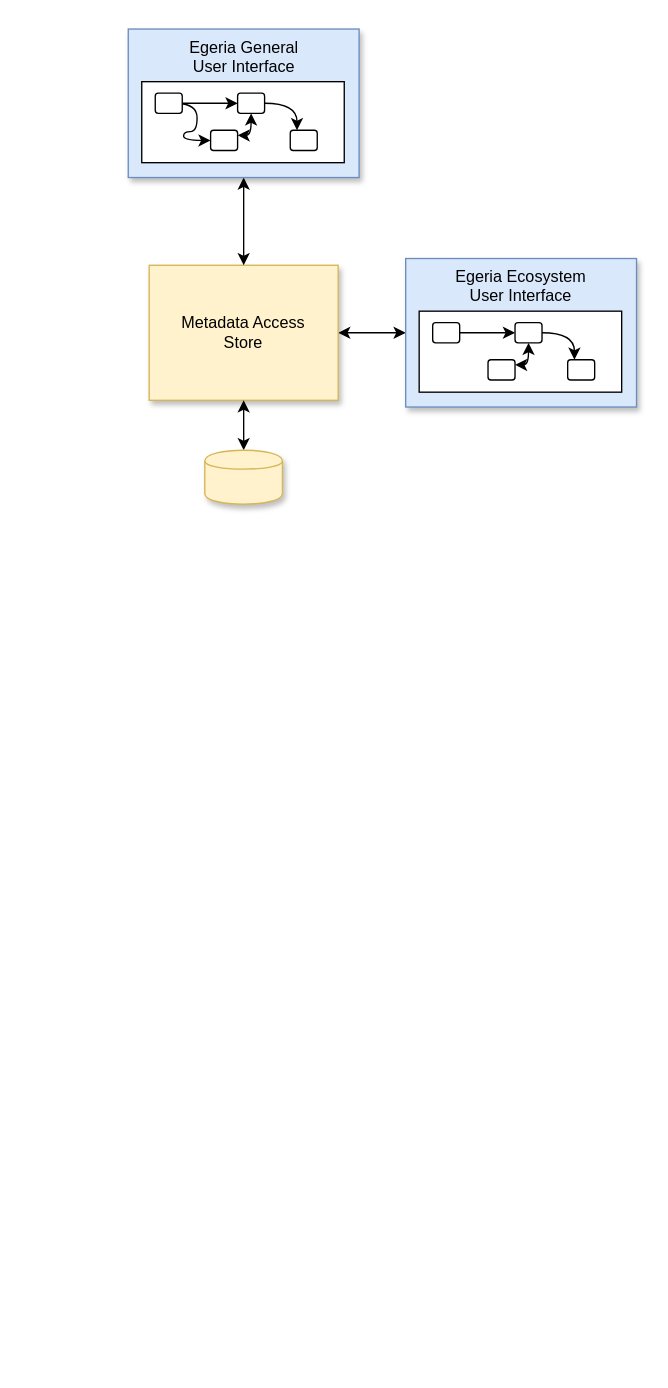
Before: page "metadata-manager-overview" (1 of 8) of site/docs/patterns/metadata-manager/cataloging-assets.drawio in odpi/egeria-docs, a draw.io diagram. Source tidied: cells renumbered, new cells numbered last; positions are measured from the earlier drawing's top-left corner, leaving out a move shared by most shapes. Both pictures are drawn from the tidied source at 135%, with x=0, y=0 at pixel (128, 28).
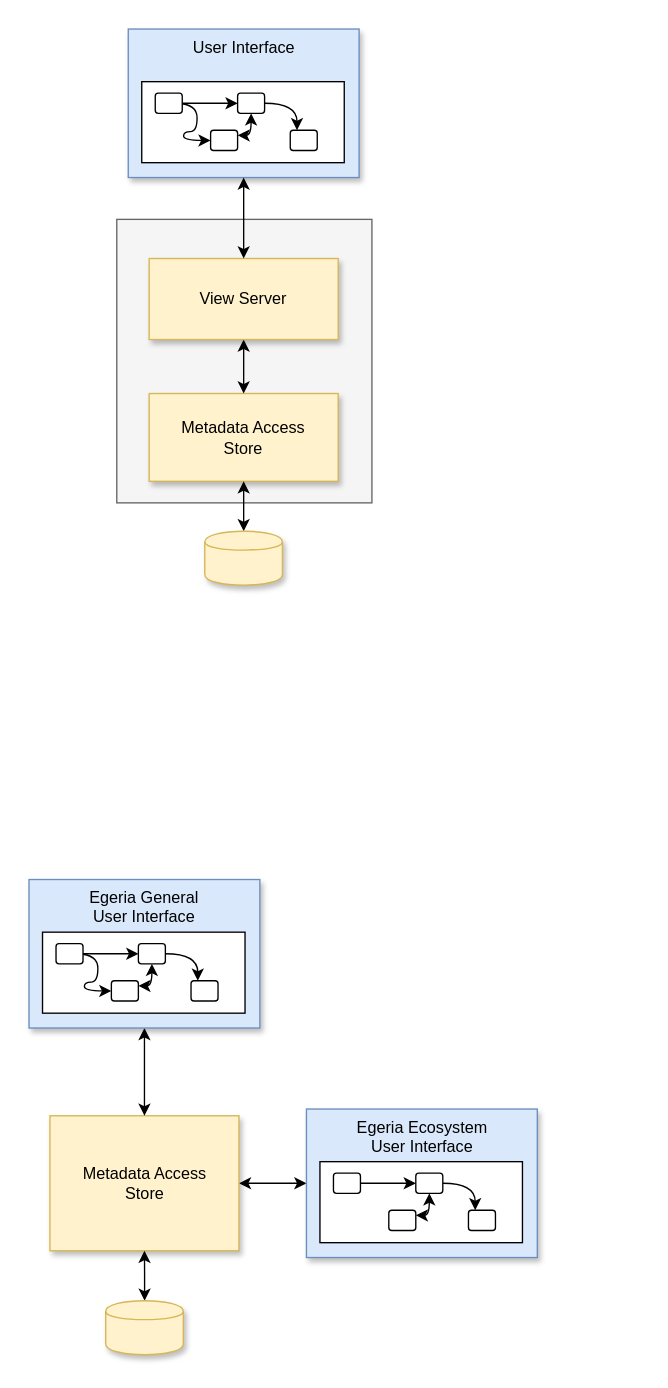
Above is the later version.

Diff of the diagram source:
```diff
@@
-    <mxCell id="2" style="edgeStyle=orthogonalEdgeStyle;curved=1;rounded=0;jettySize=auto;html=1;startArrow=classic;startFill=1;entryX=1;entryY=0.5;entryDx=0;entryDy=0;" parent="1" edge="1" source="3" target="12">
-      <mxGeometry relative="1" as="geometry" />
-    </mxCell>
-    <mxCell id="3" value="Egeria Ecosystem&lt;br&gt;User Interface" style="rounded=0;whiteSpace=wrap;html=1;shadow=1;verticalAlign=top;fillColor=#dae8fc;strokeColor=#6c8ebf;" parent="1" vertex="1">
-      <mxGeometry x="205" y="170" width="171" height="110" as="geometry" />
-    </mxCell>
-    <mxCell id="4" style="rounded=0;whiteSpace=wrap;html=1;shadow=0;" parent="1" vertex="1">
-      <mxGeometry x="215" y="209" width="150" height="60" as="geometry" />
-    </mxCell>
-    <mxCell id="5" style="rounded=1;whiteSpace=wrap;html=1;shadow=0;" parent="1" vertex="1">
-      <mxGeometry x="325" y="245" width="20" height="15" as="geometry" />
-    </mxCell>
-    <mxCell id="6" style="edgeStyle=orthogonalEdgeStyle;curved=1;rounded=0;jettySize=auto;html=1;entryX=0.25;entryY=0;entryDx=0;entryDy=0;startArrow=none;startFill=0;" parent="1" edge="1" source="7" target="5">
-      <mxGeometry relative="1" as="geometry" />
-    </mxCell>
-    <mxCell id="7" style="rounded=1;whiteSpace=wrap;html=1;shadow=0;" parent="1" vertex="1">
-      <mxGeometry x="286" y="217.5" width="20" height="15" as="geometry" />
-    </mxCell>
-    <mxCell id="8" style="edgeStyle=orthogonalEdgeStyle;curved=1;rounded=0;jettySize=auto;html=1;exitX=1;exitY=0.25;exitDx=0;exitDy=0;entryX=0.5;entryY=1;entryDx=0;entryDy=0;startArrow=classic;startFill=1;" parent="1" edge="1" source="9" target="7">
-      <mxGeometry relative="1" as="geometry" />
-    </mxCell>
-    <mxCell id="9" style="rounded=1;whiteSpace=wrap;html=1;shadow=0;" parent="1" vertex="1">
-      <mxGeometry x="266" y="245" width="20" height="15" as="geometry" />
-    </mxCell>
-    <mxCell id="10" style="edgeStyle=orthogonalEdgeStyle;rounded=0;jettySize=auto;html=1;entryX=0;entryY=0.5;entryDx=0;entryDy=0;startArrow=none;startFill=0;curved=1;" parent="1" edge="1" source="11" target="7">
-      <mxGeometry relative="1" as="geometry" />
-    </mxCell>
-    <mxCell id="11" style="rounded=1;whiteSpace=wrap;html=1;shadow=0;" parent="1" vertex="1">
-      <mxGeometry x="225" y="217.5" width="20" height="15" as="geometry" />
-    </mxCell>
+    <mxCell id="26" style="rounded=0;whiteSpace=wrap;html=1;fillColor=#f5f5f5;fontColor=#333333;strokeColor=#666666;" parent="1" vertex="1">
+      <mxGeometry x="-9" y="141" width="189" height="210" as="geometry" />
+    </mxCell>
     <mxCell id="12" value="Metadata Access&lt;br&gt;Store" style="rounded=0;whiteSpace=wrap;html=1;verticalAlign=middle;fillColor=#fff2cc;strokeColor=#d6b656;shadow=1;align=center;" parent="1" vertex="1">
-      <mxGeometry x="15" y="175" width="140" height="100" as="geometry" />
+      <mxGeometry x="15" y="270" width="140" height="65" as="geometry" />
     </mxCell>
@@
     <mxCell id="14" style="shape=cylinder;whiteSpace=wrap;html=1;boundedLbl=1;backgroundOutline=1;fillColor=#fff2cc;strokeColor=#d6b656;shadow=1;" parent="1" vertex="1">
-      <mxGeometry x="56.2" y="312" width="57.5" height="40" as="geometry" />
+      <mxGeometry x="56.2" y="372" width="57.5" height="40" as="geometry" />
     </mxCell>
-    <mxCell id="15" style="edgeStyle=orthogonalEdgeStyle;rounded=0;jettySize=auto;html=1;exitX=0.5;exitY=1;exitDx=0;exitDy=0;startArrow=classic;startFill=1;" parent="1" edge="1" source="16" target="12">
+    <mxCell id="15" style="edgeStyle=orthogonalEdgeStyle;rounded=0;jettySize=auto;html=1;exitX=0.5;exitY=1;exitDx=0;exitDy=0;startArrow=classic;startFill=1;" parent="1" edge="1" source="50" target="12">
       <mxGeometry relative="1" as="geometry" />
     </mxCell>
-    <mxCell id="16" value="Egeria General&lt;br&gt;User Interface" style="rounded=0;whiteSpace=wrap;html=1;shadow=1;verticalAlign=top;fillColor=#dae8fc;strokeColor=#6c8ebf;" parent="1" vertex="1">
+    <mxCell id="16" value="User Interface" style="rounded=0;whiteSpace=wrap;html=1;shadow=1;verticalAlign=top;fillColor=#dae8fc;strokeColor=#6c8ebf;" parent="1" vertex="1">
       <mxGeometry x="-0.5" width="171" height="110" as="geometry" />
     </mxCell>
@@
+    <mxCell id="27" style="edgeStyle=orthogonalEdgeStyle;curved=1;rounded=0;jettySize=auto;html=1;startArrow=classic;startFill=1;entryX=1;entryY=0.5;entryDx=0;entryDy=0;" parent="1" edge="1" source="3" target="36">
+      <mxGeometry relative="1" as="geometry" />
+    </mxCell>
+    <mxCell id="3" value="Egeria Ecosystem&lt;br&gt;User Interface" style="rounded=0;whiteSpace=wrap;html=1;shadow=1;verticalAlign=top;fillColor=#dae8fc;strokeColor=#6c8ebf;" parent="1" vertex="1">
+      <mxGeometry x="131.5" y="800" width="171" height="110" as="geometry" />
+    </mxCell>
+    <mxCell id="28" style="rounded=0;whiteSpace=wrap;html=1;shadow=0;" parent="1" vertex="1">
+      <mxGeometry x="141.5" y="839" width="150" height="60" as="geometry" />
+    </mxCell>
+    <mxCell id="29" style="rounded=1;whiteSpace=wrap;html=1;shadow=0;" parent="1" vertex="1">
+      <mxGeometry x="251.5" y="875" width="20" height="15" as="geometry" />
+    </mxCell>
+    <mxCell id="30" style="edgeStyle=orthogonalEdgeStyle;curved=1;rounded=0;jettySize=auto;html=1;entryX=0.25;entryY=0;entryDx=0;entryDy=0;startArrow=none;startFill=0;" parent="1" edge="1" source="31" target="29">
+      <mxGeometry relative="1" as="geometry" />
+    </mxCell>
+    <mxCell id="31" style="rounded=1;whiteSpace=wrap;html=1;shadow=0;" parent="1" vertex="1">
+      <mxGeometry x="212.5" y="847.5" width="20" height="15" as="geometry" />
+    </mxCell>
+    <mxCell id="32" style="edgeStyle=orthogonalEdgeStyle;curved=1;rounded=0;jettySize=auto;html=1;exitX=1;exitY=0.25;exitDx=0;exitDy=0;entryX=0.5;entryY=1;entryDx=0;entryDy=0;startArrow=classic;startFill=1;" parent="1" edge="1" source="33" target="31">
+      <mxGeometry relative="1" as="geometry" />
+    </mxCell>
+    <mxCell id="33" style="rounded=1;whiteSpace=wrap;html=1;shadow=0;" parent="1" vertex="1">
+      <mxGeometry x="192.5" y="875" width="20" height="15" as="geometry" />
+    </mxCell>
+    <mxCell id="34" style="edgeStyle=orthogonalEdgeStyle;rounded=0;jettySize=auto;html=1;entryX=0;entryY=0.5;entryDx=0;entryDy=0;startArrow=none;startFill=0;curved=1;" parent="1" edge="1" source="35" target="31">
+      <mxGeometry relative="1" as="geometry" />
+    </mxCell>
+    <mxCell id="35" style="rounded=1;whiteSpace=wrap;html=1;shadow=0;" parent="1" vertex="1">
+      <mxGeometry x="151.5" y="847.5" width="20" height="15" as="geometry" />
+    </mxCell>
+    <mxCell id="36" value="Metadata Access&lt;br&gt;Store" style="rounded=0;whiteSpace=wrap;html=1;verticalAlign=middle;fillColor=#fff2cc;strokeColor=#d6b656;shadow=1;align=center;" parent="1" vertex="1">
+      <mxGeometry x="-58.5" y="805" width="140" height="100" as="geometry" />
+    </mxCell>
+    <mxCell id="37" style="edgeStyle=orthogonalEdgeStyle;rounded=0;jettySize=auto;html=1;startArrow=classic;startFill=1;" parent="1" edge="1" source="38" target="36">
+      <mxGeometry relative="1" as="geometry" />
+    </mxCell>
+    <mxCell id="38" style="shape=cylinder;whiteSpace=wrap;html=1;boundedLbl=1;backgroundOutline=1;fillColor=#fff2cc;strokeColor=#d6b656;shadow=1;" parent="1" vertex="1">
+      <mxGeometry x="-17.2" y="942" width="57.5" height="40" as="geometry" />
+    </mxCell>
+    <mxCell id="39" style="edgeStyle=orthogonalEdgeStyle;rounded=0;jettySize=auto;html=1;exitX=0.5;exitY=1;exitDx=0;exitDy=0;startArrow=classic;startFill=1;" parent="1" edge="1" source="40" target="36">
+      <mxGeometry relative="1" as="geometry" />
+    </mxCell>
+    <mxCell id="40" value="Egeria General&lt;br&gt;User Interface" style="rounded=0;whiteSpace=wrap;html=1;shadow=1;verticalAlign=top;fillColor=#dae8fc;strokeColor=#6c8ebf;" parent="1" vertex="1">
+      <mxGeometry x="-74" y="630" width="171" height="110" as="geometry" />
+    </mxCell>
+    <mxCell id="41" style="rounded=0;whiteSpace=wrap;html=1;shadow=0;" parent="1" vertex="1">
+      <mxGeometry x="-64" y="669" width="150" height="60" as="geometry" />
+    </mxCell>
+    <mxCell id="42" style="rounded=1;whiteSpace=wrap;html=1;shadow=0;" parent="1" vertex="1">
+      <mxGeometry x="46" y="705" width="20" height="15" as="geometry" />
+    </mxCell>
+    <mxCell id="43" style="edgeStyle=orthogonalEdgeStyle;curved=1;rounded=0;jettySize=auto;html=1;entryX=0.25;entryY=0;entryDx=0;entryDy=0;startArrow=none;startFill=0;" parent="1" edge="1" source="44" target="42">
+      <mxGeometry relative="1" as="geometry" />
+    </mxCell>
+    <mxCell id="44" style="rounded=1;whiteSpace=wrap;html=1;shadow=0;" parent="1" vertex="1">
+      <mxGeometry x="7" y="677.5" width="20" height="15" as="geometry" />
+    </mxCell>
+    <mxCell id="45" style="edgeStyle=orthogonalEdgeStyle;curved=1;rounded=0;jettySize=auto;html=1;exitX=1;exitY=0.25;exitDx=0;exitDy=0;entryX=0.5;entryY=1;entryDx=0;entryDy=0;startArrow=classic;startFill=1;" parent="1" edge="1" source="46" target="44">
+      <mxGeometry relative="1" as="geometry" />
+    </mxCell>
+    <mxCell id="46" style="rounded=1;whiteSpace=wrap;html=1;shadow=0;" parent="1" vertex="1">
+      <mxGeometry x="-13" y="705" width="20" height="15" as="geometry" />
+    </mxCell>
+    <mxCell id="47" style="edgeStyle=orthogonalEdgeStyle;rounded=0;jettySize=auto;html=1;entryX=0;entryY=0.5;entryDx=0;entryDy=0;startArrow=none;startFill=0;curved=1;" parent="1" edge="1" source="49" target="44">
+      <mxGeometry relative="1" as="geometry" />
+    </mxCell>
+    <mxCell id="48" style="edgeStyle=orthogonalEdgeStyle;curved=1;rounded=0;jettySize=auto;html=1;entryX=0;entryY=0.5;entryDx=0;entryDy=0;startArrow=classic;startFill=1;" parent="1" edge="1" target="46">
+      <mxGeometry relative="1" as="geometry">
+        <mxPoint x="-44" y="685" as="sourcePoint" />
+      </mxGeometry>
+    </mxCell>
+    <mxCell id="49" style="rounded=1;whiteSpace=wrap;html=1;shadow=0;" parent="1" vertex="1">
+      <mxGeometry x="-54" y="677.5" width="20" height="15" as="geometry" />
+    </mxCell>
+    <mxCell id="50" value="View Server" style="rounded=0;whiteSpace=wrap;html=1;verticalAlign=middle;fillColor=#fff2cc;strokeColor=#d6b656;shadow=1;align=center;" parent="1" vertex="1">
+      <mxGeometry x="15" y="170" width="140" height="60" as="geometry" />
+    </mxCell>
+    <mxCell id="51" style="edgeStyle=orthogonalEdgeStyle;rounded=0;jettySize=auto;html=1;exitX=0.5;exitY=1;exitDx=0;exitDy=0;startArrow=classic;startFill=1;" parent="1" edge="1" source="16" target="50">
+      <mxGeometry relative="1" as="geometry" />
+    </mxCell>
```
